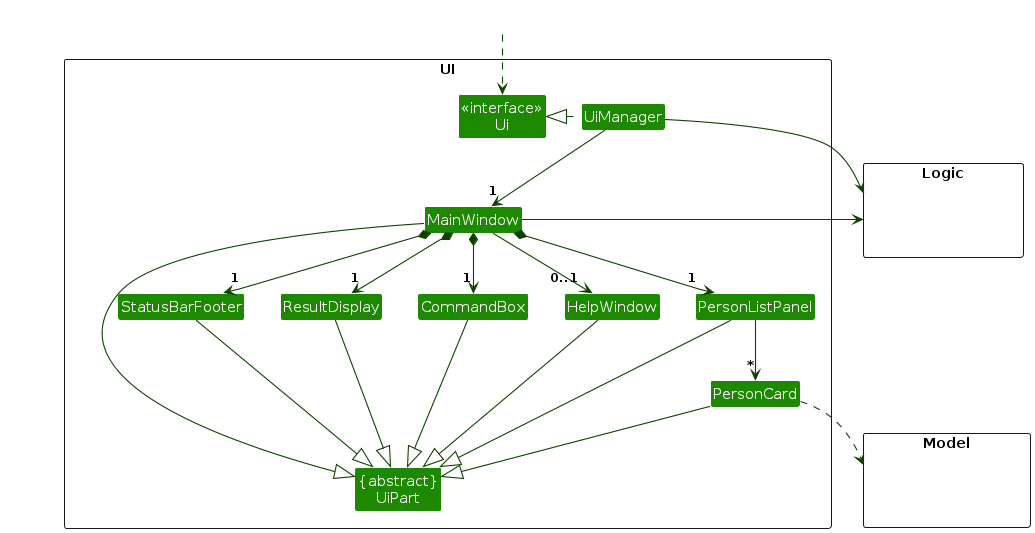
Before: diagrams/UiClassDiagram.png, a diagram exported from PlantUML (AY2627S1-CS2103T-T11-2/tp). Its source is kept beside it as diagrams/UiClassDiagram.puml.
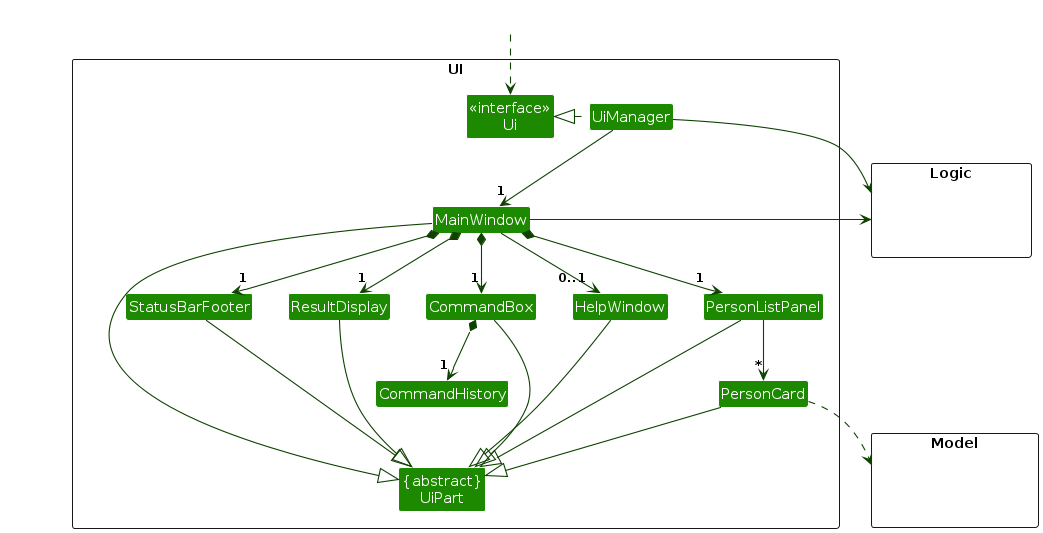
Later version of the same file.

Diff of the diagram source:
```diff
@@ -15,6 +15,7 @@
 Class PersonCard
 Class StatusBarFooter
 Class CommandBox
+Class CommandHistory
 }
 
 package Model <<Rectangle>> {
@@ -31,6 +32,7 @@
 UiManager .left.|> Ui
 UiManager -down-> "1" MainWindow
 MainWindow *-down->  "1" CommandBox
+CommandBox *-down-> "1" CommandHistory
 MainWindow *-down-> "1" ResultDisplay
 MainWindow *-down-> "1" PersonListPanel
 MainWindow *-down-> "1" StatusBarFooter
```
